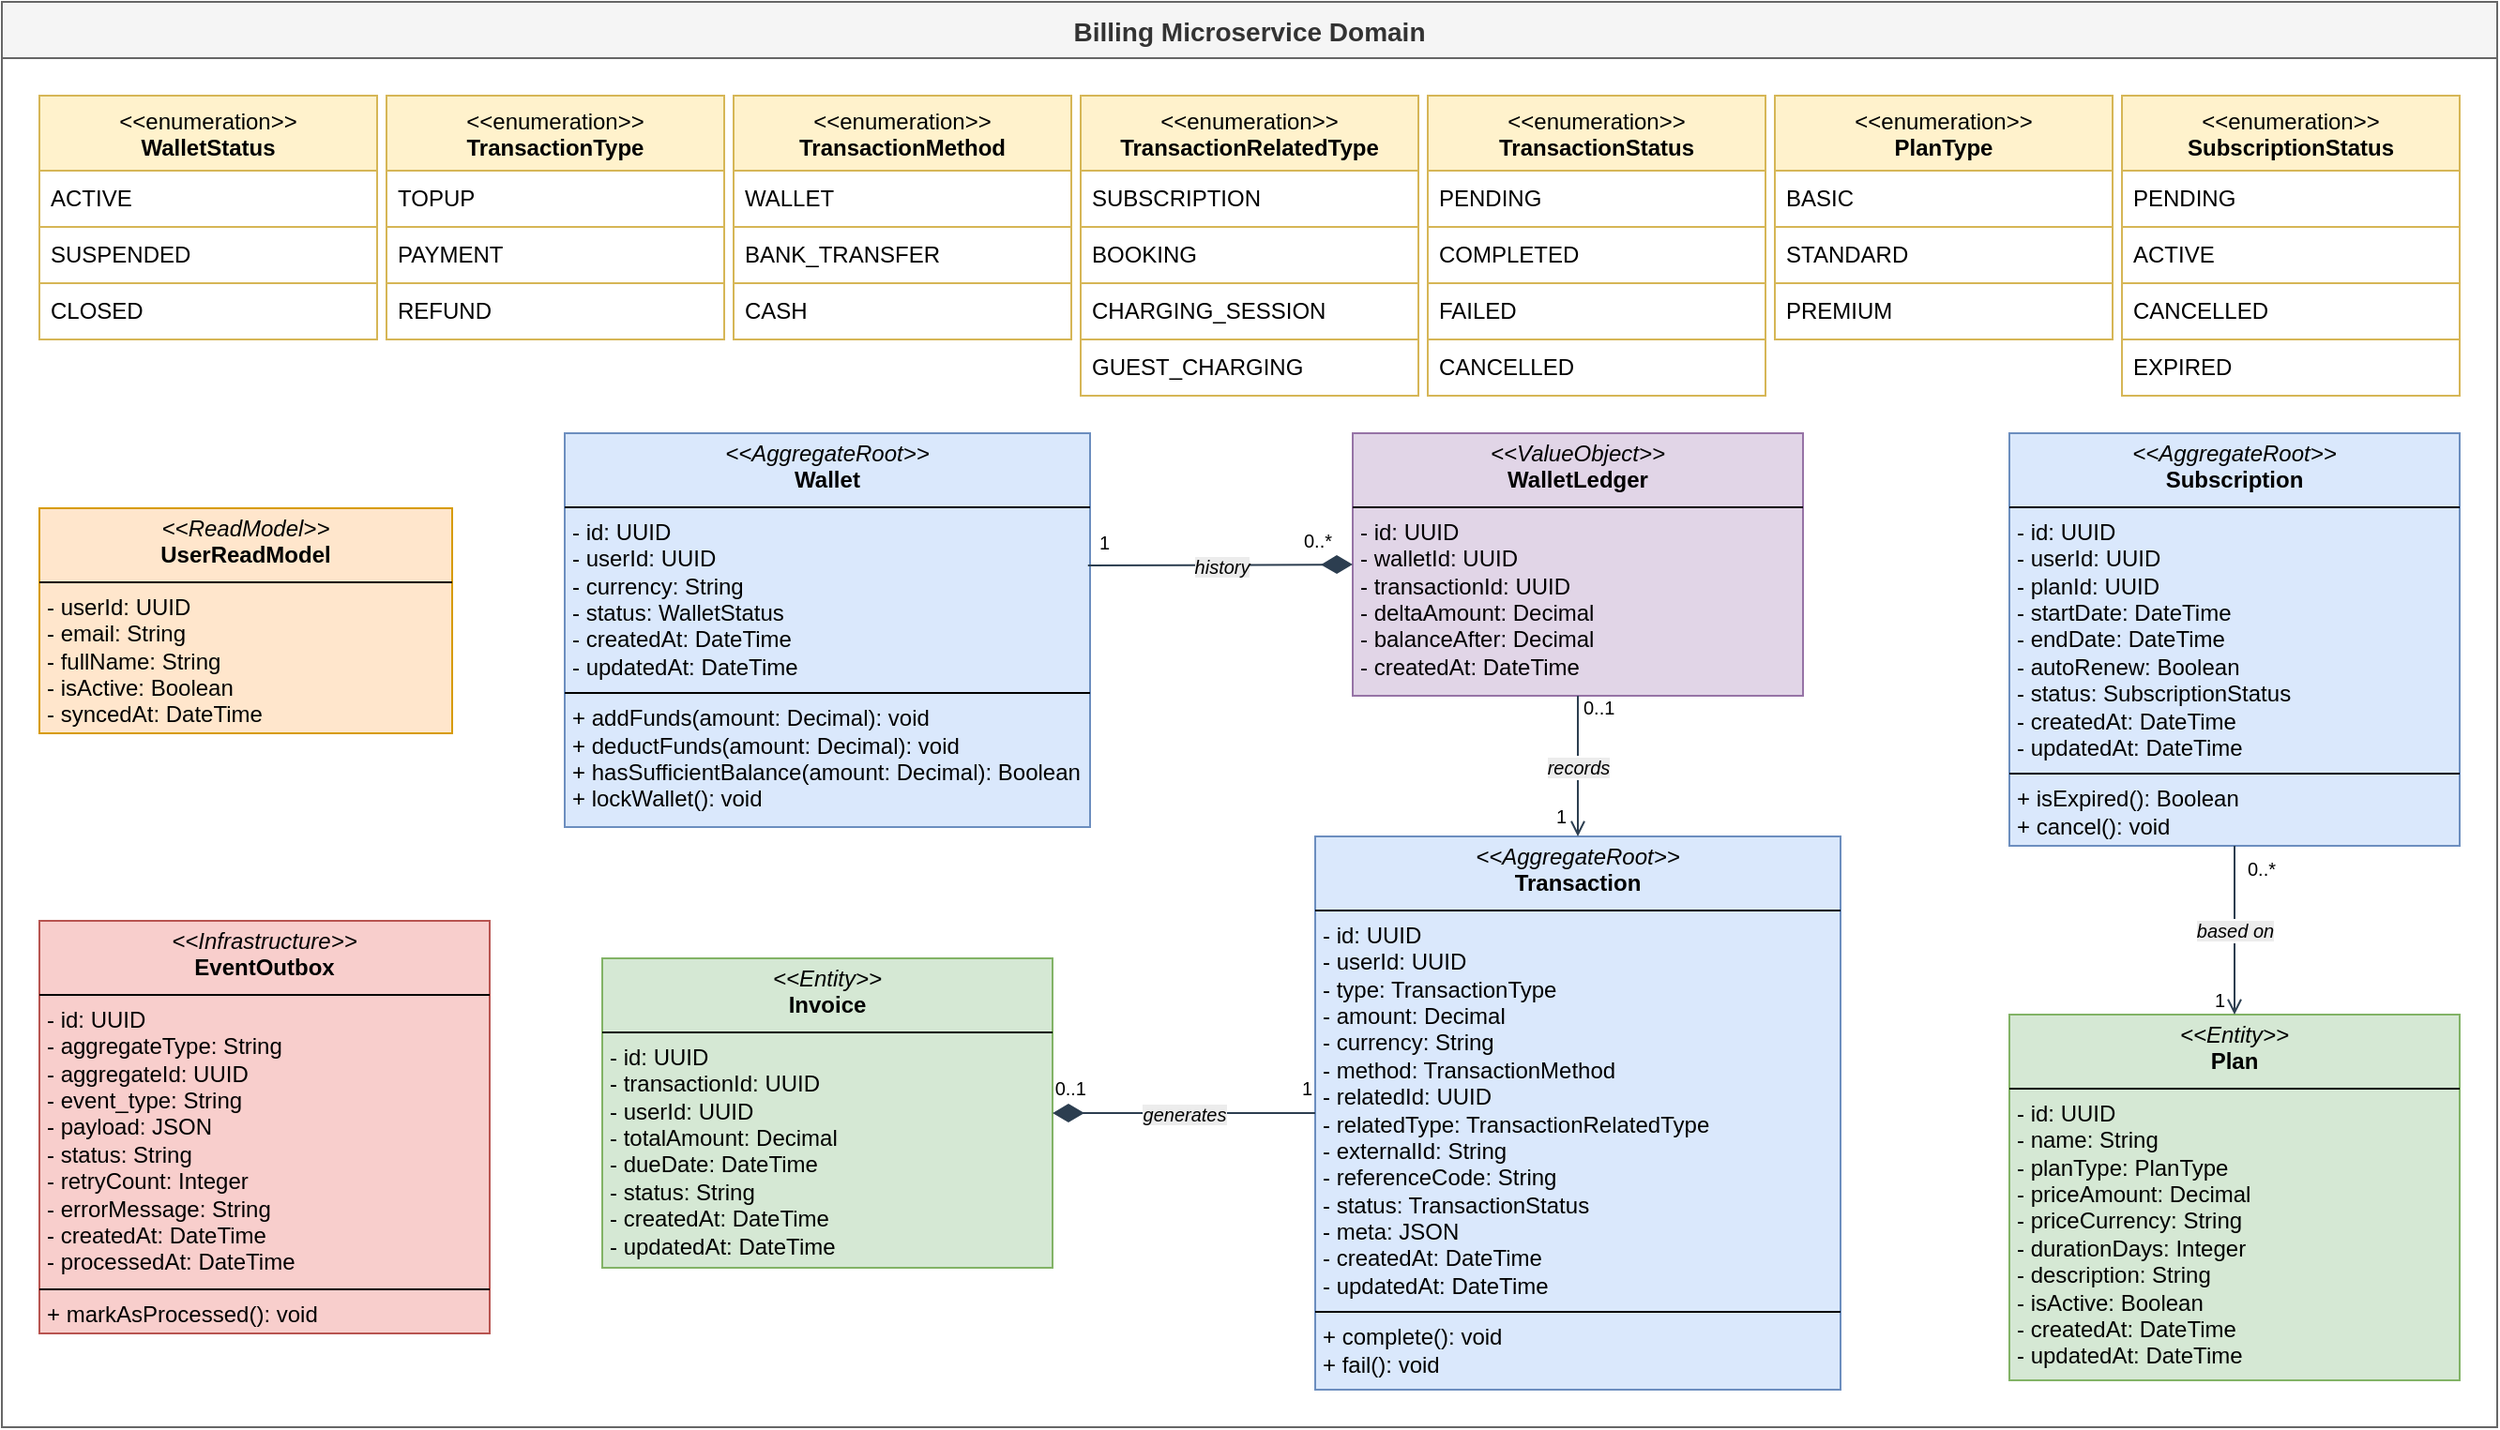
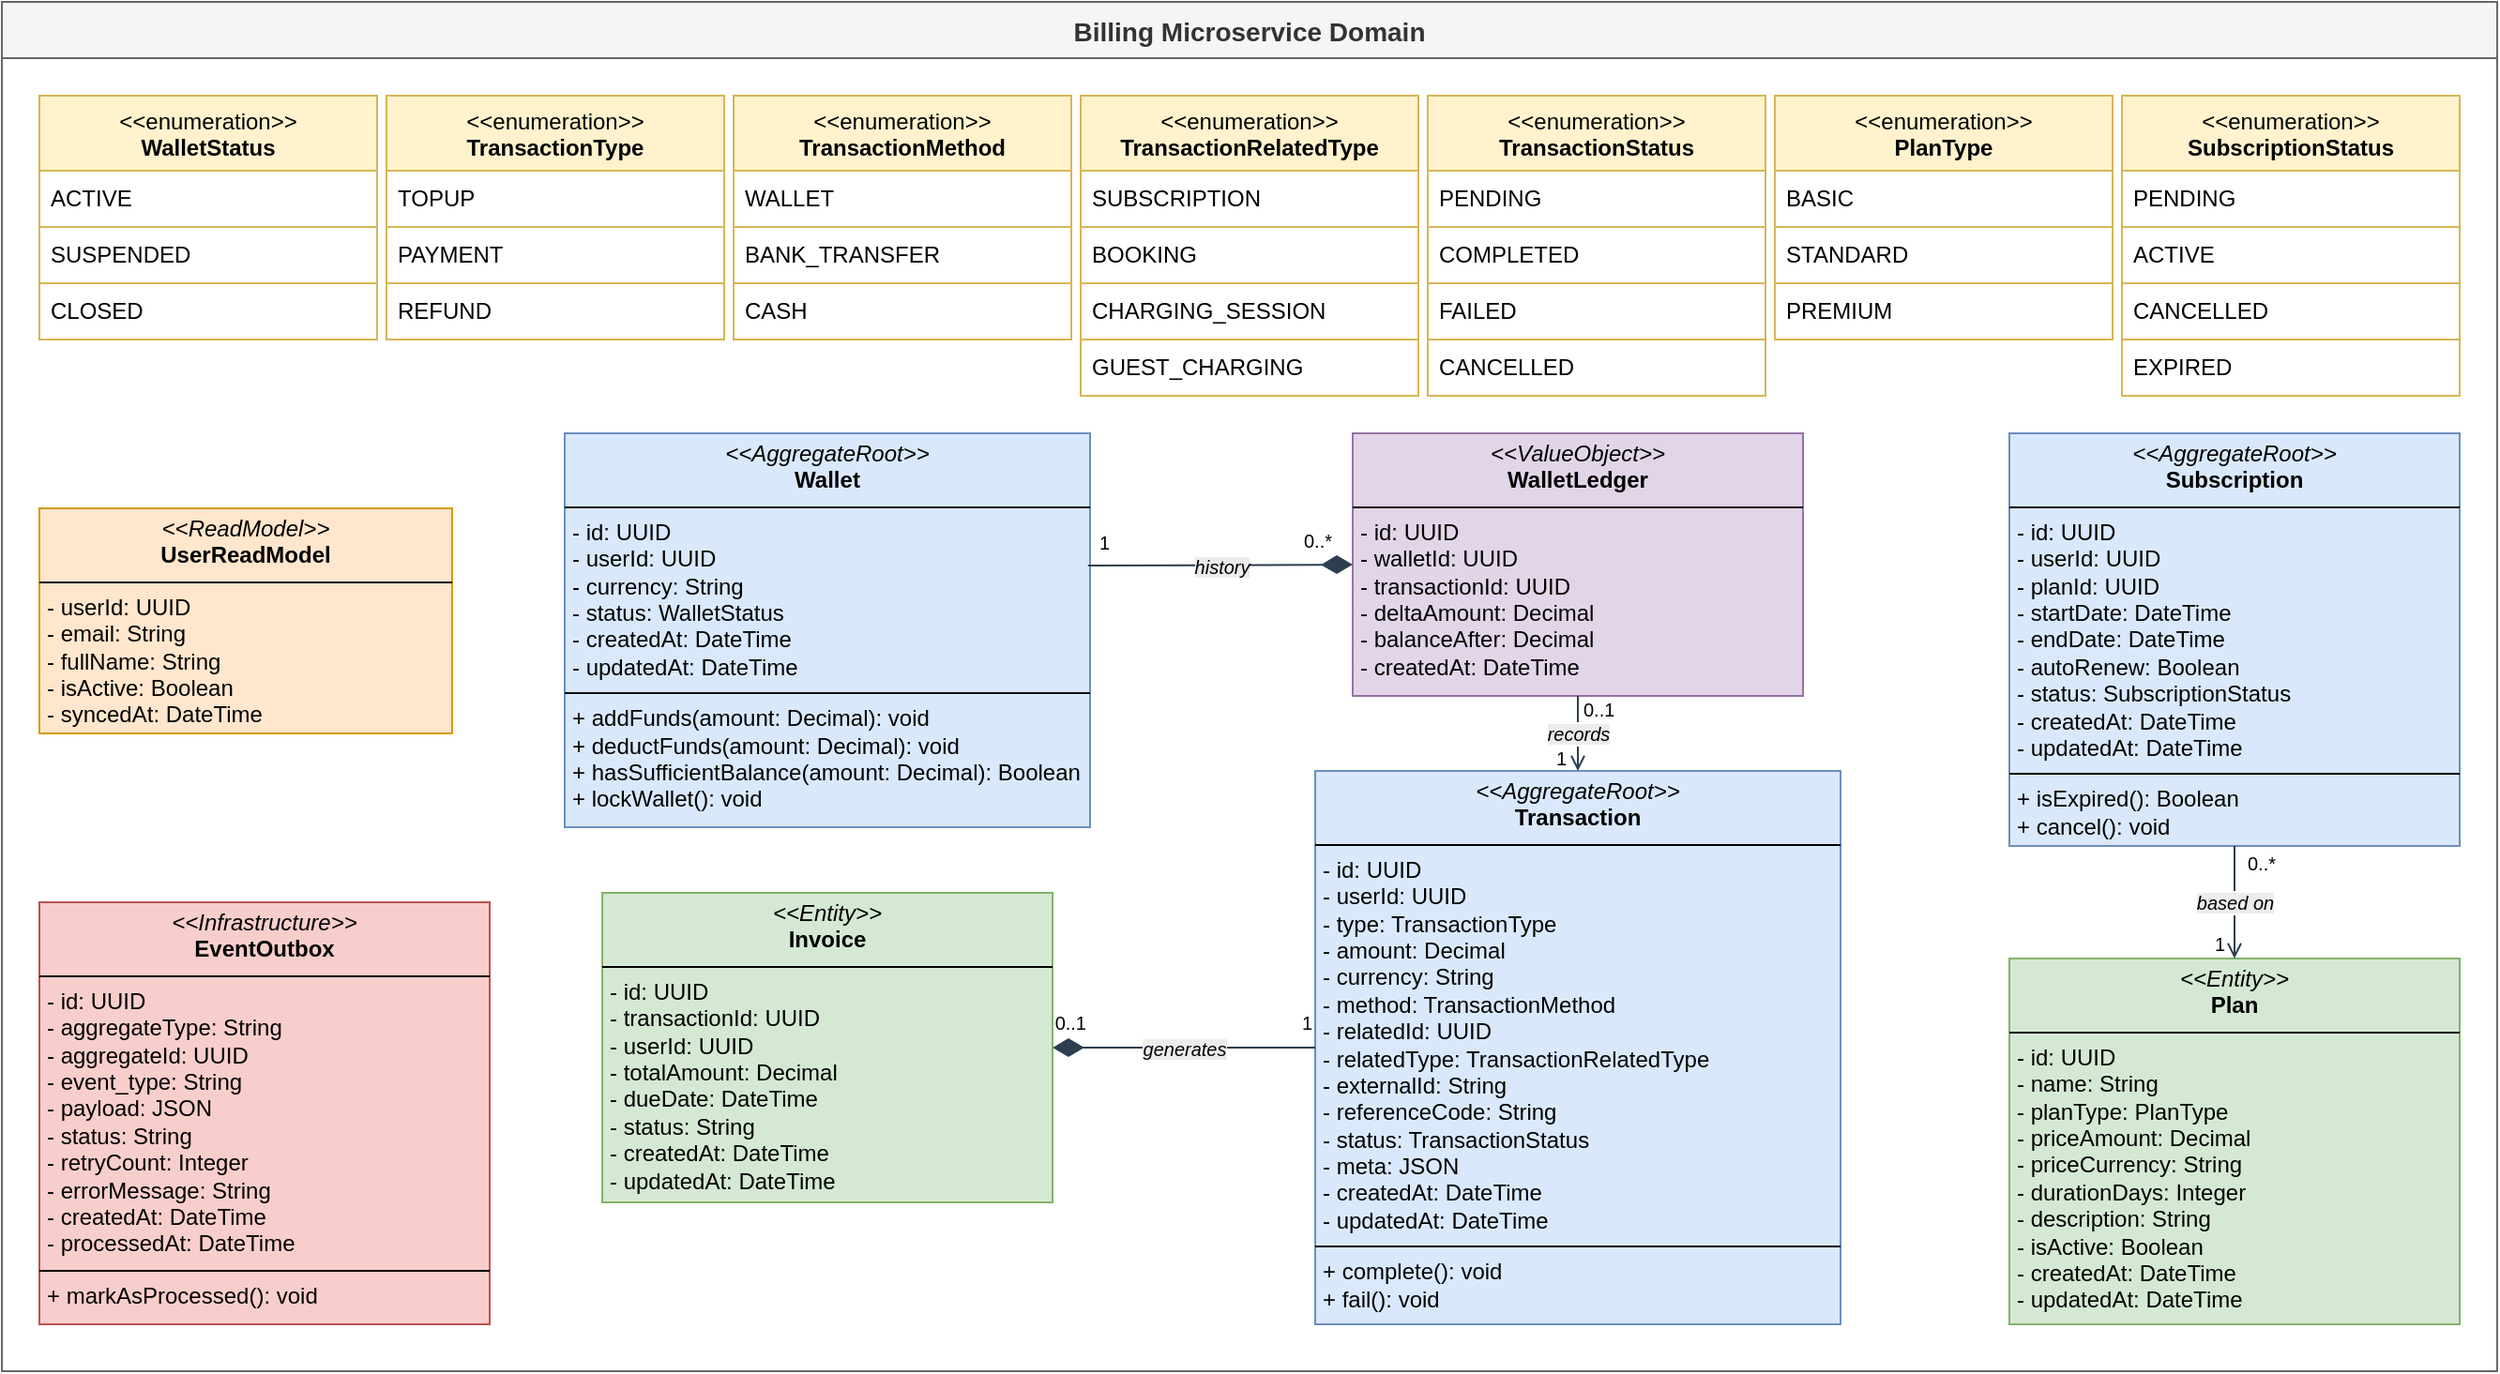
<mxfile host="Electron">
  <diagram id="CD_04_Billing_Domain" name="CD_04_Billing_Domain">
-     <mxGraphModel dx="2540" dy="1648" grid="1" gridSize="10" guides="1" tooltips="1" connect="1" arrows="1" fold="1" page="1" pageScale="1" pageWidth="3000" pageHeight="2200" math="0" shadow="0">
+     <mxGraphModel dx="1270" dy="824" grid="1" gridSize="10" guides="1" tooltips="1" connect="1" arrows="1" fold="1" page="1" pageScale="1" pageWidth="3000" pageHeight="2200" math="0" shadow="0">
      <root>
        <mxCell id="0" />
        <mxCell id="1" parent="0" />
        <mxCell id="pkg" parent="1" style="points=[[0,0],[0.25,0],[0.5,0],[0.75,0],[1,0],[1,0.25],[1,0.5],[1,0.75],[1,1],[0.75,1],[0.5,1],[0.25,1],[0,1],[0,0.75],[0,0.5],[0,0.25]];shape=table;startSize=30;container=1;collapsible=0;childLayout=tableLayout;fixedRows=1;rowLines=0;fontStyle=1;align=center;resizeLast=1;fontSize=14;fillColor=#f5f5f5;strokeColor=#666666;fontColor=#333333;" value="Billing Microservice Domain" vertex="1">
-           <mxGeometry height="760" width="1330" x="40" y="10" as="geometry" />
+           <mxGeometry height="730" width="1330" x="40" y="10" as="geometry" />
        </mxCell>
        <mxCell id="WalletStatus" parent="1" style="swimlane;fontStyle=0;align=center;verticalAlign=top;childLayout=stackLayout;horizontal=1;startSize=40;horizontalStack=0;resizeParent=1;resizeParentMax=0;resizeLast=0;collapsible=0;marginBottom=0;html=1;whiteSpace=wrap;fillColor=#fff2cc;strokeColor=#d6b656;" value="&amp;lt;&amp;lt;enumeration&amp;gt;&amp;gt;&lt;br&gt;&lt;b&gt;WalletStatus&lt;/b&gt;" vertex="1">
          <mxGeometry height="130" width="180" x="60" y="60" as="geometry" />
        </mxCell>
        <mxCell id="WalletStatus_lit0" parent="WalletStatus" style="text;html=1;strokeColor=none;fillColor=none;align=left;verticalAlign=middle;spacingLeft=4;spacingRight=4;overflow=hidden;rotatable=0;points=[[0,0.5],[1,0.5]];portConstraint=eastwest;whiteSpace=wrap;strokeColor=#d6b656;" value="ACTIVE" vertex="1">
          <mxGeometry height="30" width="180" y="40" as="geometry" />
        </mxCell>
        <mxCell id="WalletStatus_lit1" parent="WalletStatus" style="text;html=1;strokeColor=none;fillColor=none;align=left;verticalAlign=middle;spacingLeft=4;spacingRight=4;overflow=hidden;rotatable=0;points=[[0,0.5],[1,0.5]];portConstraint=eastwest;whiteSpace=wrap;strokeColor=#d6b656;" value="SUSPENDED" vertex="1">
          <mxGeometry height="30" width="180" y="70" as="geometry" />
        </mxCell>
        <mxCell id="WalletStatus_lit2" parent="WalletStatus" style="text;html=1;strokeColor=none;fillColor=none;align=left;verticalAlign=middle;spacingLeft=4;spacingRight=4;overflow=hidden;rotatable=0;points=[[0,0.5],[1,0.5]];portConstraint=eastwest;whiteSpace=wrap;strokeColor=#d6b656;" value="CLOSED" vertex="1">
          <mxGeometry height="30" width="180" y="100" as="geometry" />
        </mxCell>
        <mxCell id="TransactionType" parent="1" style="swimlane;fontStyle=0;align=center;verticalAlign=top;childLayout=stackLayout;horizontal=1;startSize=40;horizontalStack=0;resizeParent=1;resizeParentMax=0;resizeLast=0;collapsible=0;marginBottom=0;html=1;whiteSpace=wrap;fillColor=#fff2cc;strokeColor=#d6b656;" value="&amp;lt;&amp;lt;enumeration&amp;gt;&amp;gt;&lt;br&gt;&lt;b&gt;TransactionType&lt;/b&gt;" vertex="1">
          <mxGeometry height="130" width="180" x="245" y="60" as="geometry" />
        </mxCell>
        <mxCell id="TransactionType_lit0" parent="TransactionType" style="text;html=1;strokeColor=none;fillColor=none;align=left;verticalAlign=middle;spacingLeft=4;spacingRight=4;overflow=hidden;rotatable=0;points=[[0,0.5],[1,0.5]];portConstraint=eastwest;whiteSpace=wrap;strokeColor=#d6b656;" value="TOPUP" vertex="1">
          <mxGeometry height="30" width="180" y="40" as="geometry" />
        </mxCell>
        <mxCell id="TransactionType_lit1" parent="TransactionType" style="text;html=1;strokeColor=none;fillColor=none;align=left;verticalAlign=middle;spacingLeft=4;spacingRight=4;overflow=hidden;rotatable=0;points=[[0,0.5],[1,0.5]];portConstraint=eastwest;whiteSpace=wrap;strokeColor=#d6b656;" value="PAYMENT" vertex="1">
          <mxGeometry height="30" width="180" y="70" as="geometry" />
        </mxCell>
        <mxCell id="TransactionType_lit2" parent="TransactionType" style="text;html=1;strokeColor=none;fillColor=none;align=left;verticalAlign=middle;spacingLeft=4;spacingRight=4;overflow=hidden;rotatable=0;points=[[0,0.5],[1,0.5]];portConstraint=eastwest;whiteSpace=wrap;strokeColor=#d6b656;" value="REFUND" vertex="1">
          <mxGeometry height="30" width="180" y="100" as="geometry" />
        </mxCell>
        <mxCell id="TransactionMethod" parent="1" style="swimlane;fontStyle=0;align=center;verticalAlign=top;childLayout=stackLayout;horizontal=1;startSize=40;horizontalStack=0;resizeParent=1;resizeParentMax=0;resizeLast=0;collapsible=0;marginBottom=0;html=1;whiteSpace=wrap;fillColor=#fff2cc;strokeColor=#d6b656;" value="&amp;lt;&amp;lt;enumeration&amp;gt;&amp;gt;&lt;br&gt;&lt;b&gt;TransactionMethod&lt;/b&gt;" vertex="1">
          <mxGeometry height="130" width="180" x="430" y="60" as="geometry" />
        </mxCell>
        <mxCell id="TransactionMethod_lit0" parent="TransactionMethod" style="text;html=1;strokeColor=none;fillColor=none;align=left;verticalAlign=middle;spacingLeft=4;spacingRight=4;overflow=hidden;rotatable=0;points=[[0,0.5],[1,0.5]];portConstraint=eastwest;whiteSpace=wrap;strokeColor=#d6b656;" value="WALLET" vertex="1">
          <mxGeometry height="30" width="180" y="40" as="geometry" />
        </mxCell>
        <mxCell id="TransactionMethod_lit1" parent="TransactionMethod" style="text;html=1;strokeColor=none;fillColor=none;align=left;verticalAlign=middle;spacingLeft=4;spacingRight=4;overflow=hidden;rotatable=0;points=[[0,0.5],[1,0.5]];portConstraint=eastwest;whiteSpace=wrap;strokeColor=#d6b656;" value="BANK_TRANSFER" vertex="1">
          <mxGeometry height="30" width="180" y="70" as="geometry" />
        </mxCell>
        <mxCell id="TransactionMethod_lit2" parent="TransactionMethod" style="text;html=1;strokeColor=none;fillColor=none;align=left;verticalAlign=middle;spacingLeft=4;spacingRight=4;overflow=hidden;rotatable=0;points=[[0,0.5],[1,0.5]];portConstraint=eastwest;whiteSpace=wrap;strokeColor=#d6b656;" value="CASH" vertex="1">
          <mxGeometry height="30" width="180" y="100" as="geometry" />
        </mxCell>
        <mxCell id="TransactionRelatedType" parent="1" style="swimlane;fontStyle=0;align=center;verticalAlign=top;childLayout=stackLayout;horizontal=1;startSize=40;horizontalStack=0;resizeParent=1;resizeParentMax=0;resizeLast=0;collapsible=0;marginBottom=0;html=1;whiteSpace=wrap;fillColor=#fff2cc;strokeColor=#d6b656;" value="&amp;lt;&amp;lt;enumeration&amp;gt;&amp;gt;&lt;br&gt;&lt;b&gt;TransactionRelatedType&lt;/b&gt;" vertex="1">
          <mxGeometry height="160" width="180" x="615" y="60" as="geometry" />
        </mxCell>
        <mxCell id="TransactionRelatedType_lit0" parent="TransactionRelatedType" style="text;html=1;strokeColor=none;fillColor=none;align=left;verticalAlign=middle;spacingLeft=4;spacingRight=4;overflow=hidden;rotatable=0;points=[[0,0.5],[1,0.5]];portConstraint=eastwest;whiteSpace=wrap;strokeColor=#d6b656;" value="SUBSCRIPTION" vertex="1">
          <mxGeometry height="30" width="180" y="40" as="geometry" />
        </mxCell>
        <mxCell id="TransactionRelatedType_lit1" parent="TransactionRelatedType" style="text;html=1;strokeColor=none;fillColor=none;align=left;verticalAlign=middle;spacingLeft=4;spacingRight=4;overflow=hidden;rotatable=0;points=[[0,0.5],[1,0.5]];portConstraint=eastwest;whiteSpace=wrap;strokeColor=#d6b656;" value="BOOKING" vertex="1">
          <mxGeometry height="30" width="180" y="70" as="geometry" />
        </mxCell>
        <mxCell id="TransactionRelatedType_lit2" parent="TransactionRelatedType" style="text;html=1;strokeColor=none;fillColor=none;align=left;verticalAlign=middle;spacingLeft=4;spacingRight=4;overflow=hidden;rotatable=0;points=[[0,0.5],[1,0.5]];portConstraint=eastwest;whiteSpace=wrap;strokeColor=#d6b656;" value="CHARGING_SESSION" vertex="1">
          <mxGeometry height="30" width="180" y="100" as="geometry" />
        </mxCell>
        <mxCell id="TransactionRelatedType_lit3" parent="TransactionRelatedType" style="text;html=1;strokeColor=none;fillColor=none;align=left;verticalAlign=middle;spacingLeft=4;spacingRight=4;overflow=hidden;rotatable=0;points=[[0,0.5],[1,0.5]];portConstraint=eastwest;whiteSpace=wrap;strokeColor=#d6b656;" value="GUEST_CHARGING" vertex="1">
          <mxGeometry height="30" width="180" y="130" as="geometry" />
        </mxCell>
        <mxCell id="TransactionStatus" parent="1" style="swimlane;fontStyle=0;align=center;verticalAlign=top;childLayout=stackLayout;horizontal=1;startSize=40;horizontalStack=0;resizeParent=1;resizeParentMax=0;resizeLast=0;collapsible=0;marginBottom=0;html=1;whiteSpace=wrap;fillColor=#fff2cc;strokeColor=#d6b656;" value="&amp;lt;&amp;lt;enumeration&amp;gt;&amp;gt;&lt;br&gt;&lt;b&gt;TransactionStatus&lt;/b&gt;" vertex="1">
          <mxGeometry height="160" width="180" x="800" y="60" as="geometry" />
        </mxCell>
        <mxCell id="TransactionStatus_lit0" parent="TransactionStatus" style="text;html=1;strokeColor=none;fillColor=none;align=left;verticalAlign=middle;spacingLeft=4;spacingRight=4;overflow=hidden;rotatable=0;points=[[0,0.5],[1,0.5]];portConstraint=eastwest;whiteSpace=wrap;strokeColor=#d6b656;" value="PENDING" vertex="1">
          <mxGeometry height="30" width="180" y="40" as="geometry" />
        </mxCell>
        <mxCell id="TransactionStatus_lit1" parent="TransactionStatus" style="text;html=1;strokeColor=none;fillColor=none;align=left;verticalAlign=middle;spacingLeft=4;spacingRight=4;overflow=hidden;rotatable=0;points=[[0,0.5],[1,0.5]];portConstraint=eastwest;whiteSpace=wrap;strokeColor=#d6b656;" value="COMPLETED" vertex="1">
          <mxGeometry height="30" width="180" y="70" as="geometry" />
        </mxCell>
        <mxCell id="TransactionStatus_lit2" parent="TransactionStatus" style="text;html=1;strokeColor=none;fillColor=none;align=left;verticalAlign=middle;spacingLeft=4;spacingRight=4;overflow=hidden;rotatable=0;points=[[0,0.5],[1,0.5]];portConstraint=eastwest;whiteSpace=wrap;strokeColor=#d6b656;" value="FAILED" vertex="1">
          <mxGeometry height="30" width="180" y="100" as="geometry" />
        </mxCell>
        <mxCell id="TransactionStatus_lit3" parent="TransactionStatus" style="text;html=1;strokeColor=none;fillColor=none;align=left;verticalAlign=middle;spacingLeft=4;spacingRight=4;overflow=hidden;rotatable=0;points=[[0,0.5],[1,0.5]];portConstraint=eastwest;whiteSpace=wrap;strokeColor=#d6b656;" value="CANCELLED" vertex="1">
          <mxGeometry height="30" width="180" y="130" as="geometry" />
        </mxCell>
        <mxCell id="PlanType" parent="1" style="swimlane;fontStyle=0;align=center;verticalAlign=top;childLayout=stackLayout;horizontal=1;startSize=40;horizontalStack=0;resizeParent=1;resizeParentMax=0;resizeLast=0;collapsible=0;marginBottom=0;html=1;whiteSpace=wrap;fillColor=#fff2cc;strokeColor=#d6b656;" value="&amp;lt;&amp;lt;enumeration&amp;gt;&amp;gt;&lt;br&gt;&lt;b&gt;PlanType&lt;/b&gt;" vertex="1">
          <mxGeometry height="130" width="180" x="985" y="60" as="geometry" />
        </mxCell>
        <mxCell id="PlanType_lit0" parent="PlanType" style="text;html=1;strokeColor=none;fillColor=none;align=left;verticalAlign=middle;spacingLeft=4;spacingRight=4;overflow=hidden;rotatable=0;points=[[0,0.5],[1,0.5]];portConstraint=eastwest;whiteSpace=wrap;strokeColor=#d6b656;" value="BASIC" vertex="1">
          <mxGeometry height="30" width="180" y="40" as="geometry" />
        </mxCell>
        <mxCell id="PlanType_lit1" parent="PlanType" style="text;html=1;strokeColor=none;fillColor=none;align=left;verticalAlign=middle;spacingLeft=4;spacingRight=4;overflow=hidden;rotatable=0;points=[[0,0.5],[1,0.5]];portConstraint=eastwest;whiteSpace=wrap;strokeColor=#d6b656;" value="STANDARD" vertex="1">
          <mxGeometry height="30" width="180" y="70" as="geometry" />
        </mxCell>
        <mxCell id="PlanType_lit2" parent="PlanType" style="text;html=1;strokeColor=none;fillColor=none;align=left;verticalAlign=middle;spacingLeft=4;spacingRight=4;overflow=hidden;rotatable=0;points=[[0,0.5],[1,0.5]];portConstraint=eastwest;whiteSpace=wrap;strokeColor=#d6b656;" value="PREMIUM" vertex="1">
          <mxGeometry height="30" width="180" y="100" as="geometry" />
        </mxCell>
        <mxCell id="SubscriptionStatus" parent="1" style="swimlane;fontStyle=0;align=center;verticalAlign=top;childLayout=stackLayout;horizontal=1;startSize=40;horizontalStack=0;resizeParent=1;resizeParentMax=0;resizeLast=0;collapsible=0;marginBottom=0;html=1;whiteSpace=wrap;fillColor=#fff2cc;strokeColor=#d6b656;" value="&amp;lt;&amp;lt;enumeration&amp;gt;&amp;gt;&lt;br&gt;&lt;b&gt;SubscriptionStatus&lt;/b&gt;" vertex="1">
          <mxGeometry height="160" width="180" x="1170" y="60" as="geometry" />
        </mxCell>
        <mxCell id="SubscriptionStatus_lit0" parent="SubscriptionStatus" style="text;html=1;strokeColor=none;fillColor=none;align=left;verticalAlign=middle;spacingLeft=4;spacingRight=4;overflow=hidden;rotatable=0;points=[[0,0.5],[1,0.5]];portConstraint=eastwest;whiteSpace=wrap;strokeColor=#d6b656;" value="PENDING" vertex="1">
          <mxGeometry height="30" width="180" y="40" as="geometry" />
        </mxCell>
        <mxCell id="SubscriptionStatus_lit1" parent="SubscriptionStatus" style="text;html=1;strokeColor=none;fillColor=none;align=left;verticalAlign=middle;spacingLeft=4;spacingRight=4;overflow=hidden;rotatable=0;points=[[0,0.5],[1,0.5]];portConstraint=eastwest;whiteSpace=wrap;strokeColor=#d6b656;" value="ACTIVE" vertex="1">
          <mxGeometry height="30" width="180" y="70" as="geometry" />
        </mxCell>
        <mxCell id="SubscriptionStatus_lit2" parent="SubscriptionStatus" style="text;html=1;strokeColor=none;fillColor=none;align=left;verticalAlign=middle;spacingLeft=4;spacingRight=4;overflow=hidden;rotatable=0;points=[[0,0.5],[1,0.5]];portConstraint=eastwest;whiteSpace=wrap;strokeColor=#d6b656;" value="CANCELLED" vertex="1">
          <mxGeometry height="30" width="180" y="100" as="geometry" />
        </mxCell>
        <mxCell id="SubscriptionStatus_lit3" parent="SubscriptionStatus" style="text;html=1;strokeColor=none;fillColor=none;align=left;verticalAlign=middle;spacingLeft=4;spacingRight=4;overflow=hidden;rotatable=0;points=[[0,0.5],[1,0.5]];portConstraint=eastwest;whiteSpace=wrap;strokeColor=#d6b656;" value="EXPIRED" vertex="1">
          <mxGeometry height="30" width="180" y="130" as="geometry" />
        </mxCell>
        <mxCell id="Wallet" parent="1" style="verticalAlign=top;align=left;overflow=fill;html=1;whiteSpace=wrap;fillColor=#dae8fc;strokeColor=#6c8ebf;" value="&lt;p style=&quot;margin:0px;margin-top:4px;text-align:center;&quot;&gt;&lt;i&gt;&amp;lt;&amp;lt;AggregateRoot&amp;gt;&amp;gt;&lt;/i&gt;&lt;br/&gt;&lt;b&gt;Wallet&lt;/b&gt;&lt;/p&gt;&lt;hr size=&quot;1&quot; style=&quot;border-style:solid;&quot;/&gt;&lt;p style=&quot;margin:0px;margin-left:4px;&quot;&gt;- id: UUID&lt;/p&gt;&lt;p style=&quot;margin:0px;margin-left:4px;&quot;&gt;- userId: UUID&lt;/p&gt;&lt;p style=&quot;margin:0px;margin-left:4px;&quot;&gt;- currency: String&lt;/p&gt;&lt;p style=&quot;margin:0px;margin-left:4px;&quot;&gt;- status: WalletStatus&lt;/p&gt;&lt;p style=&quot;margin:0px;margin-left:4px;&quot;&gt;- createdAt: DateTime&lt;/p&gt;&lt;p style=&quot;margin:0px;margin-left:4px;&quot;&gt;- updatedAt: DateTime&lt;/p&gt;&lt;hr size=&quot;1&quot; style=&quot;border-style:solid;&quot;/&gt;&lt;p style=&quot;margin:0px;margin-left:4px;&quot;&gt;+ addFunds(amount: Decimal): void&lt;/p&gt;&lt;p style=&quot;margin:0px;margin-left:4px;&quot;&gt;+ deductFunds(amount: Decimal): void&lt;/p&gt;&lt;p style=&quot;margin:0px;margin-left:4px;&quot;&gt;+ hasSufficientBalance(amount: Decimal): Boolean&lt;/p&gt;&lt;p style=&quot;margin:0px;margin-left:4px;&quot;&gt;+ lockWallet(): void&lt;/p&gt;" vertex="1">
          <mxGeometry height="210" width="280" x="340" y="240" as="geometry" />
        </mxCell>
        <mxCell id="Transaction" parent="1" style="verticalAlign=top;align=left;overflow=fill;html=1;whiteSpace=wrap;fillColor=#dae8fc;strokeColor=#6c8ebf;" value="&lt;p style=&quot;margin:0px;margin-top:4px;text-align:center;&quot;&gt;&lt;i&gt;&amp;lt;&amp;lt;AggregateRoot&amp;gt;&amp;gt;&lt;/i&gt;&lt;br/&gt;&lt;b&gt;Transaction&lt;/b&gt;&lt;/p&gt;&lt;hr size=&quot;1&quot; style=&quot;border-style:solid;&quot;/&gt;&lt;p style=&quot;margin:0px;margin-left:4px;&quot;&gt;- id: UUID&lt;/p&gt;&lt;p style=&quot;margin:0px;margin-left:4px;&quot;&gt;- userId: UUID&lt;/p&gt;&lt;p style=&quot;margin:0px;margin-left:4px;&quot;&gt;- type: TransactionType&lt;/p&gt;&lt;p style=&quot;margin:0px;margin-left:4px;&quot;&gt;- amount: Decimal&lt;/p&gt;&lt;p style=&quot;margin:0px;margin-left:4px;&quot;&gt;- currency: String&lt;/p&gt;&lt;p style=&quot;margin:0px;margin-left:4px;&quot;&gt;- method: TransactionMethod&lt;/p&gt;&lt;p style=&quot;margin:0px;margin-left:4px;&quot;&gt;- relatedId: UUID&lt;/p&gt;&lt;p style=&quot;margin:0px;margin-left:4px;&quot;&gt;- relatedType: TransactionRelatedType&lt;/p&gt;&lt;p style=&quot;margin:0px;margin-left:4px;&quot;&gt;- externalId: String&lt;/p&gt;&lt;p style=&quot;margin:0px;margin-left:4px;&quot;&gt;- referenceCode: String&lt;/p&gt;&lt;p style=&quot;margin:0px;margin-left:4px;&quot;&gt;- status: TransactionStatus&lt;/p&gt;&lt;p style=&quot;margin:0px;margin-left:4px;&quot;&gt;- meta: JSON&lt;/p&gt;&lt;p style=&quot;margin:0px;margin-left:4px;&quot;&gt;- createdAt: DateTime&lt;/p&gt;&lt;p style=&quot;margin:0px;margin-left:4px;&quot;&gt;- updatedAt: DateTime&lt;/p&gt;&lt;hr size=&quot;1&quot; style=&quot;border-style:solid;&quot;/&gt;&lt;p style=&quot;margin:0px;margin-left:4px;&quot;&gt;+ complete(): void&lt;/p&gt;&lt;p style=&quot;margin:0px;margin-left:4px;&quot;&gt;+ fail(): void&lt;/p&gt;" vertex="1">
-           <mxGeometry height="295" width="280" x="740" y="455" as="geometry" />
+           <mxGeometry height="295" width="280" x="740" y="420" as="geometry" />
        </mxCell>
        <mxCell id="WalletLedger" parent="1" style="verticalAlign=top;align=left;overflow=fill;html=1;whiteSpace=wrap;fillColor=#e1d5e7;strokeColor=#9673a6;" value="&lt;p style=&quot;margin:0px;margin-top:4px;text-align:center;&quot;&gt;&lt;i&gt;&amp;lt;&amp;lt;ValueObject&amp;gt;&amp;gt;&lt;/i&gt;&lt;br/&gt;&lt;b&gt;WalletLedger&lt;/b&gt;&lt;/p&gt;&lt;hr size=&quot;1&quot; style=&quot;border-style:solid;&quot;/&gt;&lt;p style=&quot;margin:0px;margin-left:4px;&quot;&gt;- id: UUID&lt;/p&gt;&lt;p style=&quot;margin:0px;margin-left:4px;&quot;&gt;- walletId: UUID&lt;/p&gt;&lt;p style=&quot;margin:0px;margin-left:4px;&quot;&gt;- transactionId: UUID&lt;/p&gt;&lt;p style=&quot;margin:0px;margin-left:4px;&quot;&gt;- deltaAmount: Decimal&lt;/p&gt;&lt;p style=&quot;margin:0px;margin-left:4px;&quot;&gt;- balanceAfter: Decimal&lt;/p&gt;&lt;p style=&quot;margin:0px;margin-left:4px;&quot;&gt;- createdAt: DateTime&lt;/p&gt;" vertex="1">
          <mxGeometry height="140" width="240" x="760" y="240" as="geometry" />
        </mxCell>
        <mxCell id="Invoice" parent="1" style="verticalAlign=top;align=left;overflow=fill;html=1;whiteSpace=wrap;fillColor=#d5e8d4;strokeColor=#82b366;" value="&lt;p style=&quot;margin:0px;margin-top:4px;text-align:center;&quot;&gt;&lt;i&gt;&amp;lt;&amp;lt;Entity&amp;gt;&amp;gt;&lt;/i&gt;&lt;br/&gt;&lt;b&gt;Invoice&lt;/b&gt;&lt;/p&gt;&lt;hr size=&quot;1&quot; style=&quot;border-style:solid;&quot;/&gt;&lt;p style=&quot;margin:0px;margin-left:4px;&quot;&gt;- id: UUID&lt;/p&gt;&lt;p style=&quot;margin:0px;margin-left:4px;&quot;&gt;- transactionId: UUID&lt;/p&gt;&lt;p style=&quot;margin:0px;margin-left:4px;&quot;&gt;- userId: UUID&lt;/p&gt;&lt;p style=&quot;margin:0px;margin-left:4px;&quot;&gt;- totalAmount: Decimal&lt;/p&gt;&lt;p style=&quot;margin:0px;margin-left:4px;&quot;&gt;- dueDate: DateTime&lt;/p&gt;&lt;p style=&quot;margin:0px;margin-left:4px;&quot;&gt;- status: String&lt;/p&gt;&lt;p style=&quot;margin:0px;margin-left:4px;&quot;&gt;- createdAt: DateTime&lt;/p&gt;&lt;p style=&quot;margin:0px;margin-left:4px;&quot;&gt;- updatedAt: DateTime&lt;/p&gt;" vertex="1">
-           <mxGeometry height="165" width="240" x="360" y="520" as="geometry" />
+           <mxGeometry height="165" width="240" x="360" y="485" as="geometry" />
        </mxCell>
        <mxCell id="Plan" parent="1" style="verticalAlign=top;align=left;overflow=fill;html=1;whiteSpace=wrap;fillColor=#d5e8d4;strokeColor=#82b366;" value="&lt;p style=&quot;margin:0px;margin-top:4px;text-align:center;&quot;&gt;&lt;i&gt;&amp;lt;&amp;lt;Entity&amp;gt;&amp;gt;&lt;/i&gt;&lt;br/&gt;&lt;b&gt;Plan&lt;/b&gt;&lt;/p&gt;&lt;hr size=&quot;1&quot; style=&quot;border-style:solid;&quot;/&gt;&lt;p style=&quot;margin:0px;margin-left:4px;&quot;&gt;- id: UUID&lt;/p&gt;&lt;p style=&quot;margin:0px;margin-left:4px;&quot;&gt;- name: String&lt;/p&gt;&lt;p style=&quot;margin:0px;margin-left:4px;&quot;&gt;- planType: PlanType&lt;/p&gt;&lt;p style=&quot;margin:0px;margin-left:4px;&quot;&gt;- priceAmount: Decimal&lt;/p&gt;&lt;p style=&quot;margin:0px;margin-left:4px;&quot;&gt;- priceCurrency: String&lt;/p&gt;&lt;p style=&quot;margin:0px;margin-left:4px;&quot;&gt;- durationDays: Integer&lt;/p&gt;&lt;p style=&quot;margin:0px;margin-left:4px;&quot;&gt;- description: String&lt;/p&gt;&lt;p style=&quot;margin:0px;margin-left:4px;&quot;&gt;- isActive: Boolean&lt;/p&gt;&lt;p style=&quot;margin:0px;margin-left:4px;&quot;&gt;- createdAt: DateTime&lt;/p&gt;&lt;p style=&quot;margin:0px;margin-left:4px;&quot;&gt;- updatedAt: DateTime&lt;/p&gt;" vertex="1">
-           <mxGeometry height="195" width="240" x="1110" y="550" as="geometry" />
+           <mxGeometry height="195" width="240" x="1110" y="520" as="geometry" />
        </mxCell>
        <mxCell id="Subscription" parent="1" style="verticalAlign=top;align=left;overflow=fill;html=1;whiteSpace=wrap;fillColor=#dae8fc;strokeColor=#6c8ebf;" value="&lt;p style=&quot;margin:0px;margin-top:4px;text-align:center;&quot;&gt;&lt;i&gt;&amp;lt;&amp;lt;AggregateRoot&amp;gt;&amp;gt;&lt;/i&gt;&lt;br/&gt;&lt;b&gt;Subscription&lt;/b&gt;&lt;/p&gt;&lt;hr size=&quot;1&quot; style=&quot;border-style:solid;&quot;/&gt;&lt;p style=&quot;margin:0px;margin-left:4px;&quot;&gt;- id: UUID&lt;/p&gt;&lt;p style=&quot;margin:0px;margin-left:4px;&quot;&gt;- userId: UUID&lt;/p&gt;&lt;p style=&quot;margin:0px;margin-left:4px;&quot;&gt;- planId: UUID&lt;/p&gt;&lt;p style=&quot;margin:0px;margin-left:4px;&quot;&gt;- startDate: DateTime&lt;/p&gt;&lt;p style=&quot;margin:0px;margin-left:4px;&quot;&gt;- endDate: DateTime&lt;/p&gt;&lt;p style=&quot;margin:0px;margin-left:4px;&quot;&gt;- autoRenew: Boolean&lt;/p&gt;&lt;p style=&quot;margin:0px;margin-left:4px;&quot;&gt;- status: SubscriptionStatus&lt;/p&gt;&lt;p style=&quot;margin:0px;margin-left:4px;&quot;&gt;- createdAt: DateTime&lt;/p&gt;&lt;p style=&quot;margin:0px;margin-left:4px;&quot;&gt;- updatedAt: DateTime&lt;/p&gt;&lt;hr size=&quot;1&quot; style=&quot;border-style:solid;&quot;/&gt;&lt;p style=&quot;margin:0px;margin-left:4px;&quot;&gt;+ isExpired(): Boolean&lt;/p&gt;&lt;p style=&quot;margin:0px;margin-left:4px;&quot;&gt;+ cancel(): void&lt;/p&gt;" vertex="1">
          <mxGeometry height="220" width="240" x="1110" y="240" as="geometry" />
        </mxCell>
        <mxCell id="UserReadModel" parent="1" style="verticalAlign=top;align=left;overflow=fill;html=1;whiteSpace=wrap;fillColor=#ffe6cc;strokeColor=#d79b00;" value="&lt;p style=&quot;margin:0px;margin-top:4px;text-align:center;&quot;&gt;&lt;i&gt;&amp;lt;&amp;lt;ReadModel&amp;gt;&amp;gt;&lt;/i&gt;&lt;br/&gt;&lt;b&gt;UserReadModel&lt;/b&gt;&lt;/p&gt;&lt;hr size=&quot;1&quot; style=&quot;border-style:solid;&quot;/&gt;&lt;p style=&quot;margin:0px;margin-left:4px;&quot;&gt;- userId: UUID&lt;/p&gt;&lt;p style=&quot;margin:0px;margin-left:4px;&quot;&gt;- email: String&lt;/p&gt;&lt;p style=&quot;margin:0px;margin-left:4px;&quot;&gt;- fullName: String&lt;/p&gt;&lt;p style=&quot;margin:0px;margin-left:4px;&quot;&gt;- isActive: Boolean&lt;/p&gt;&lt;p style=&quot;margin:0px;margin-left:4px;&quot;&gt;- syncedAt: DateTime&lt;/p&gt;" vertex="1">
          <mxGeometry height="120" width="220" x="60" y="280" as="geometry" />
        </mxCell>
        <mxCell id="EventOutbox" parent="1" style="verticalAlign=top;align=left;overflow=fill;html=1;whiteSpace=wrap;fillColor=#f8cecc;strokeColor=#b85450;" value="&lt;p style=&quot;margin:0px;margin-top:4px;text-align:center;&quot;&gt;&lt;i&gt;&amp;lt;&amp;lt;Infrastructure&amp;gt;&amp;gt;&lt;/i&gt;&lt;br/&gt;&lt;b&gt;EventOutbox&lt;/b&gt;&lt;/p&gt;&lt;hr size=&quot;1&quot; style=&quot;border-style:solid;&quot;/&gt;&lt;p style=&quot;margin:0px;margin-left:4px;&quot;&gt;- id: UUID&lt;/p&gt;&lt;p style=&quot;margin:0px;margin-left:4px;&quot;&gt;- aggregateType: String&lt;/p&gt;&lt;p style=&quot;margin:0px;margin-left:4px;&quot;&gt;- aggregateId: UUID&lt;/p&gt;&lt;p style=&quot;margin:0px;margin-left:4px;&quot;&gt;- event_type: String&lt;/p&gt;&lt;p style=&quot;margin:0px;margin-left:4px;&quot;&gt;- payload: JSON&lt;/p&gt;&lt;p style=&quot;margin:0px;margin-left:4px;&quot;&gt;- status: String&lt;/p&gt;&lt;p style=&quot;margin:0px;margin-left:4px;&quot;&gt;- retryCount: Integer&lt;/p&gt;&lt;p style=&quot;margin:0px;margin-left:4px;&quot;&gt;- errorMessage: String&lt;/p&gt;&lt;p style=&quot;margin:0px;margin-left:4px;&quot;&gt;- createdAt: DateTime&lt;/p&gt;&lt;p style=&quot;margin:0px;margin-left:4px;&quot;&gt;- processedAt: DateTime&lt;/p&gt;&lt;hr size=&quot;1&quot; style=&quot;border-style:solid;&quot;/&gt;&lt;p style=&quot;margin:0px;margin-left:4px;&quot;&gt;+ markAsProcessed(): void&lt;/p&gt;" vertex="1">
-           <mxGeometry height="220" width="240" x="60" y="500" as="geometry" />
+           <mxGeometry height="225" width="240" x="60" y="490" as="geometry" />
        </mxCell>
        <mxCell id="r0" edge="1" parent="1" source="Wallet" style="endArrow=diamondThin;endFill=1;endSize=14;rounded=0;orthogonalLoop=1;jettySize=auto;html=1;strokeColor=#2C3E50;exitX=0.996;exitY=0.336;exitDx=0;exitDy=0;entryX=0;entryY=0.5;entryDx=0;entryDy=0;exitPerimeter=0;" target="WalletLedger" value="">
          <mxGeometry relative="1" as="geometry" />
        </mxCell>
        <mxCell id="r0_sl" connectable="0" parent="r0" style="resizable=0;html=1;align=left;verticalAlign=bottom;labelBackgroundColor=none;fontSize=10;" value="1" vertex="1">
          <mxGeometry relative="1" x="-0.8" as="geometry">
            <mxPoint x="-10" y="-4" as="offset" />
          </mxGeometry>
        </mxCell>
        <mxCell id="r0_el" connectable="0" parent="r0" style="resizable=0;html=1;align=right;verticalAlign=bottom;labelBackgroundColor=none;fontSize=10;" value="0..*" vertex="1">
          <mxGeometry relative="1" x="0.8" as="geometry">
            <mxPoint x="4" y="-5" as="offset" />
          </mxGeometry>
        </mxCell>
        <mxCell id="r0_lbl" connectable="0" parent="r0" style="edgeLabel;html=1;align=center;verticalAlign=middle;resizable=0;points=[];" value="&lt;span style=&quot;font-size: 10px; font-style: italic; background-color: rgb(236, 236, 236);&quot;&gt;history&lt;/span&gt;" vertex="1">
          <mxGeometry relative="1" as="geometry" />
        </mxCell>
        <mxCell id="r1" edge="1" parent="1" source="WalletLedger" style="endArrow=open;endFill=0;rounded=0;orthogonalLoop=1;jettySize=auto;html=1;strokeColor=#2C3E50;" target="Transaction" value="">
          <mxGeometry relative="1" as="geometry" />
        </mxCell>
        <mxCell id="r1_sl" connectable="0" parent="r1" style="resizable=0;html=1;align=left;verticalAlign=bottom;labelBackgroundColor=none;fontSize=10;" value="0..1" vertex="1">
          <mxGeometry relative="1" x="-0.8" as="geometry">
-             <mxPoint x="1" y="7" as="offset" />
+             <mxPoint x="1" y="11" as="offset" />
          </mxGeometry>
        </mxCell>
        <mxCell id="r1_el" connectable="0" parent="r1" style="resizable=0;html=1;align=right;verticalAlign=bottom;labelBackgroundColor=none;fontSize=10;" value="1" vertex="1">
          <mxGeometry relative="1" x="0.8" as="geometry">
            <mxPoint x="-6" y="5" as="offset" />
          </mxGeometry>
        </mxCell>
        <mxCell id="r1_lbl" connectable="0" parent="r1" style="edgeLabel;html=1;align=center;verticalAlign=middle;resizable=0;points=[];" value="&lt;span style=&quot;font-size: 10px; font-style: italic; background-color: rgb(236, 236, 236);&quot;&gt;records&lt;/span&gt;" vertex="1">
          <mxGeometry relative="1" as="geometry" />
        </mxCell>
        <mxCell id="r2" edge="1" parent="1" source="Transaction" style="endArrow=diamondThin;endFill=1;endSize=14;rounded=0;orthogonalLoop=1;jettySize=auto;html=1;strokeColor=#2C3E50;exitX=0;exitY=0.5;exitDx=0;exitDy=0;" target="Invoice" value="">
          <mxGeometry relative="1" as="geometry" />
        </mxCell>
        <mxCell id="r2_sl" connectable="0" parent="r2" style="resizable=0;html=1;align=left;verticalAlign=bottom;labelBackgroundColor=none;fontSize=10;" value="1" vertex="1">
          <mxGeometry relative="1" x="-0.8" as="geometry">
            <mxPoint x="5" y="-5" as="offset" />
          </mxGeometry>
        </mxCell>
        <mxCell id="r2_el" connectable="0" parent="r2" style="resizable=0;html=1;align=right;verticalAlign=bottom;labelBackgroundColor=none;fontSize=10;" value="0..1" vertex="1">
          <mxGeometry relative="1" x="0.8" as="geometry">
            <mxPoint x="4" y="-5" as="offset" />
          </mxGeometry>
        </mxCell>
        <mxCell id="r2_lbl" connectable="0" parent="r2" style="edgeLabel;html=1;align=center;verticalAlign=middle;resizable=0;points=[];" value="&lt;span style=&quot;font-size: 10px; font-style: italic; background-color: rgb(236, 236, 236);&quot;&gt;generates&lt;/span&gt;" vertex="1">
          <mxGeometry relative="1" as="geometry" />
        </mxCell>
        <mxCell id="r3" edge="1" parent="1" source="Subscription" style="endArrow=open;endFill=0;rounded=0;orthogonalLoop=1;jettySize=auto;html=1;strokeColor=#2C3E50;" target="Plan" value="">
          <mxGeometry relative="1" as="geometry" />
        </mxCell>
        <mxCell id="r3_sl" connectable="0" parent="r3" style="resizable=0;html=1;align=left;verticalAlign=bottom;labelBackgroundColor=none;fontSize=10;" value="0..*" vertex="1">
          <mxGeometry relative="1" x="-0.8" as="geometry">
            <mxPoint x="5" y="11" as="offset" />
          </mxGeometry>
        </mxCell>
        <mxCell id="r3_el" connectable="0" parent="r3" style="resizable=0;html=1;align=right;verticalAlign=bottom;labelBackgroundColor=none;fontSize=10;" value="1" vertex="1">
          <mxGeometry relative="1" x="0.8" as="geometry">
-             <mxPoint x="-5" y="9" as="offset" />
+             <mxPoint x="-5" y="6" as="offset" />
          </mxGeometry>
        </mxCell>
        <mxCell id="r3_lbl" connectable="0" parent="r3" style="edgeLabel;html=1;align=center;verticalAlign=middle;resizable=0;points=[];" value="&lt;span style=&quot;font-size: 10px; font-style: italic; background-color: rgb(236, 236, 236);&quot;&gt;based on&lt;/span&gt;" vertex="1">
          <mxGeometry relative="1" as="geometry" />
        </mxCell>
      </root>
    </mxGraphModel>
  </diagram>
</mxfile>
